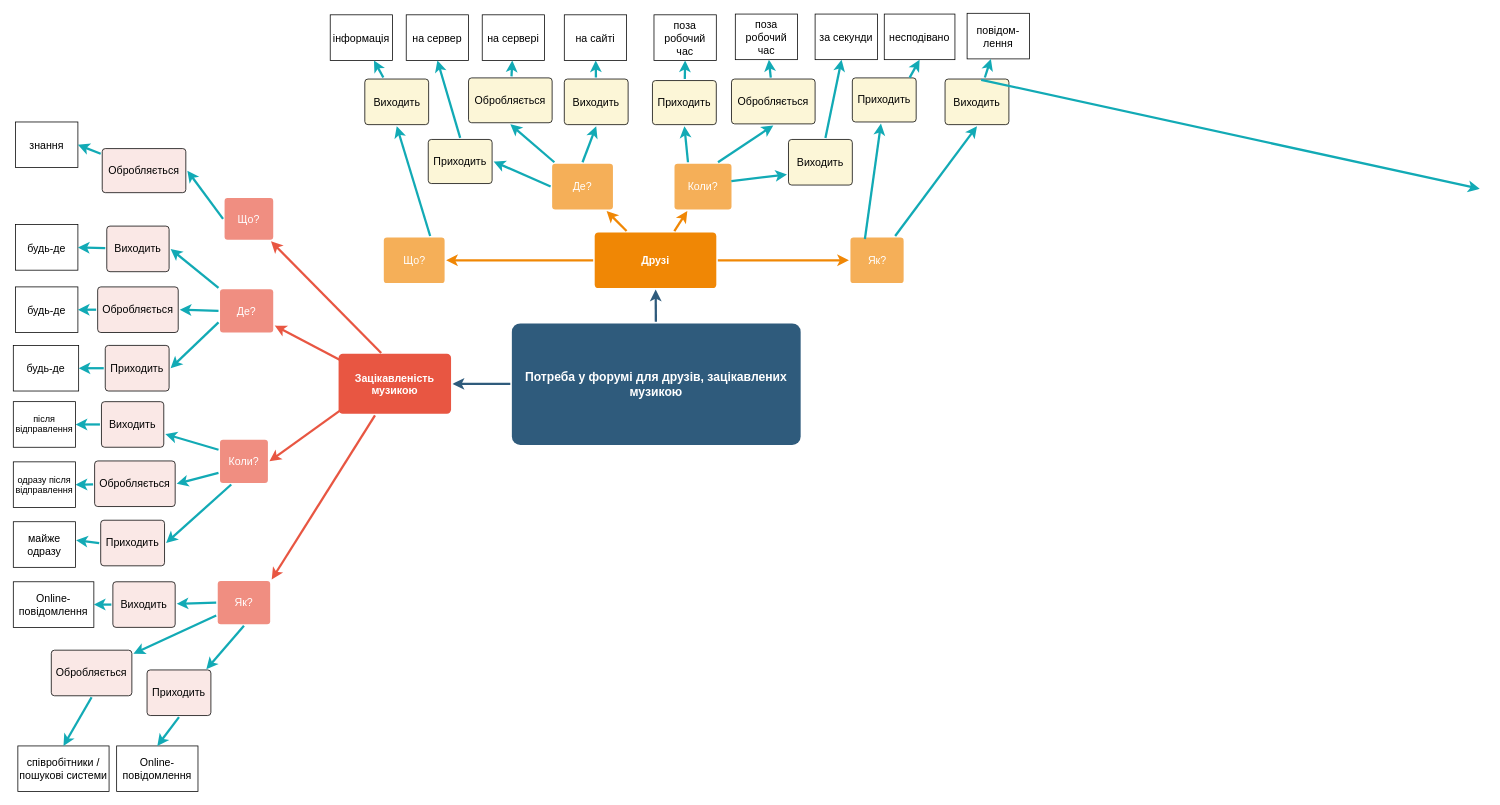
Earlier version of the draw.io diagram 1-SoftwareRequirements/1.1-DetermingConsumerNeeds/1.1.2-MaterialNeedsDetails/MindMap.drawio (oleksandrblazhko/ai203-kurgan). Source tidied: cells renumbered, new cells numbered last; positions are measured from the earlier drawing's top-left corner, leaving out a move shared by most shapes. Both pictures are drawn from the tidied source at 76%, with x=0, y=0 at pixel (13, 13).
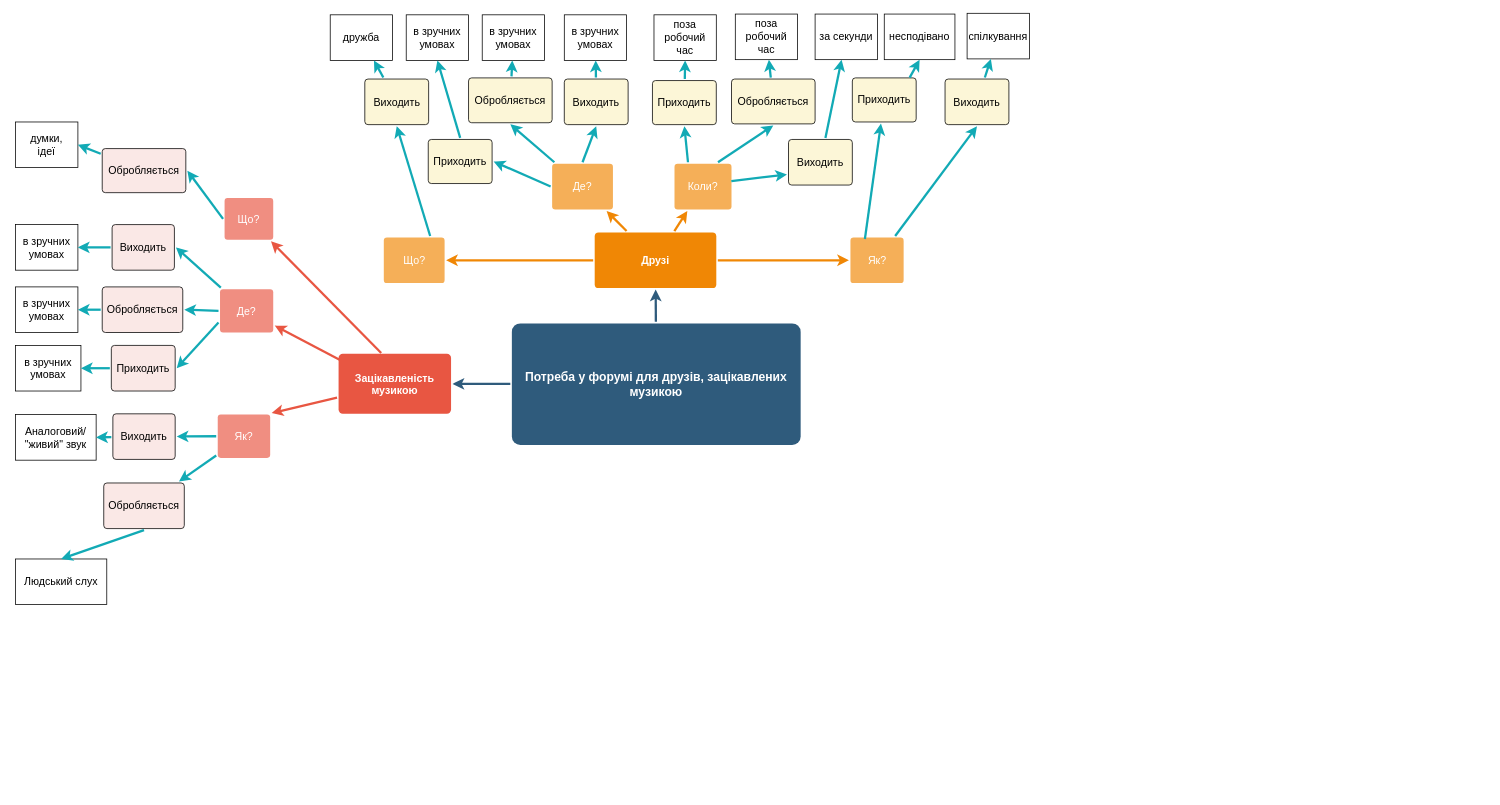
The same page after the edit.

The change refers to these unchanged cells:
```xml
<mxCell id="5" value="Зацікавленість музикою" style="rounded=1;whiteSpace=wrap;html=1;shadow=0;labelBackgroundColor=none;strokeColor=none;strokeWidth=3;fillColor=#e85642;fontFamily=Helvetica;fontSize=14;fontColor=#FFFFFF;align=center;spacing=5;fontStyle=1;arcSize=7;perimeterSpacing=2;" parent="1" vertex="1">
  <mxGeometry x="428" y="448" width="148" height="79" as="geometry" />
</mxCell>
```

The edit, as a diff of the source:
```diff
@@
-    <mxCell id="19" style="edgeStyle=none;rounded=1;jumpStyle=none;html=1;shadow=0;labelBackgroundColor=none;startArrow=none;startFill=0;jettySize=auto;strokeColor=#E85642;strokeWidth=3;fontFamily=Helvetica;fontSize=14;fontColor=#FFFFFF;spacing=5;fontStyle=1;fillColor=#b0e3e6;entryX=1;entryY=0.5;entryDx=0;entryDy=0;exitX=0.04;exitY=0.906;exitDx=0;exitDy=0;exitPerimeter=0;" parent="1" edge="1" source="5" target="20">
-      <mxGeometry relative="1" as="geometry" />
-    </mxCell>
-    <mxCell id="20" value="Коли?" style="rounded=1;whiteSpace=wrap;html=1;shadow=0;labelBackgroundColor=none;strokeColor=none;strokeWidth=3;fillColor=#f08e81;fontFamily=Helvetica;fontSize=14;fontColor=#FFFFFF;align=center;spacing=5;fontStyle=0;arcSize=7;perimeterSpacing=2;" parent="1" vertex="1">
-      <mxGeometry x="272" y="561" width="63" height="57" as="geometry" />
-    </mxCell>
@@
     <mxCell id="22" value="Як?" style="rounded=1;whiteSpace=wrap;html=1;shadow=0;labelBackgroundColor=none;strokeColor=none;strokeWidth=3;fillColor=#f08e81;fontFamily=Helvetica;fontSize=14;fontColor=#FFFFFF;align=center;spacing=5;fontStyle=0;arcSize=7;perimeterSpacing=2;" parent="1" vertex="1">
-      <mxGeometry x="269" y="747" width="69" height="57" as="geometry" />
+      <mxGeometry x="269" y="528" width="69" height="57" as="geometry" />
     </mxCell>
     <mxCell id="23" value="Виходить" style="rounded=1;whiteSpace=wrap;html=1;shadow=0;fillColor=#fae8e6;fontFamily=Helvetica;fontSize=14;fontColor=#000000;align=center;spacing=5;fontStyle=0;arcSize=7;perimeterSpacing=2;direction=south;" parent="1" vertex="1">
-      <mxGeometry x="123" y="280" width="82" height="60" as="geometry" />
+      <mxGeometry x="130" y="278" width="82" height="60" as="geometry" />
     </mxCell>
     <mxCell id="24" value="Приходить" style="rounded=1;whiteSpace=wrap;html=1;shadow=0;fillColor=#fae8e6;fontFamily=Helvetica;fontSize=14;fontColor=#000000;align=center;spacing=5;fontStyle=0;arcSize=7;perimeterSpacing=2;direction=south;" parent="1" vertex="1">
-      <mxGeometry x="121" y="437" width="84" height="60" as="geometry" />
+      <mxGeometry x="129" y="437" width="84" height="60" as="geometry" />
     </mxCell>
-    <mxCell id="25" value="будь-де" style="fontFamily=Helvetica;fontSize=14;" parent="1" vertex="1">
+    <mxCell id="25" value="в зручних&#10;умовах" style="fontFamily=Helvetica;fontSize=14;whiteSpace=wrap;" parent="1" vertex="1">
       <mxGeometry x="3" y="278" width="82" height="60" as="geometry" />
     </mxCell>
@@
-    <mxCell id="27" value="будь-де" style="fontFamily=Helvetica;fontSize=14;" parent="1" vertex="1">
+    <mxCell id="27" value="в зручних&#10;умовах" style="fontFamily=Helvetica;fontSize=14;whiteSpace=wrap;" parent="1" vertex="1">
       <mxGeometry x="3" y="360" width="82" height="60" as="geometry" />
     </mxCell>
-    <mxCell id="28" value="будь-де" style="fontFamily=Helvetica;fontSize=14;" parent="1" vertex="1">
-      <mxGeometry y="437" width="86" height="60" as="geometry" />
+    <mxCell id="28" value="в зручних&#10;умовах" style="fontFamily=Helvetica;fontSize=14;whiteSpace=wrap;" parent="1" vertex="1">
+      <mxGeometry x="3" y="437" width="86" height="60" as="geometry" />
     </mxCell>
@@
-    <mxCell id="31" value="Виходить" style="rounded=1;whiteSpace=wrap;html=1;shadow=0;fillColor=#fae8e6;fontFamily=Helvetica;fontSize=14;fontColor=#000000;align=center;spacing=5;fontStyle=0;arcSize=7;perimeterSpacing=2;direction=south;" parent="1" vertex="1">
-      <mxGeometry x="116" y="511" width="82" height="60" as="geometry" />
-    </mxCell>
-    <mxCell id="32" value="Приходить" style="rounded=1;whiteSpace=wrap;html=1;shadow=0;fillColor=#fae8e6;fontFamily=Helvetica;fontSize=14;fontColor=#000000;align=center;spacing=5;fontStyle=0;arcSize=7;perimeterSpacing=2;direction=south;" parent="1" vertex="1">
-      <mxGeometry x="115" y="667" width="84" height="60" as="geometry" />
-    </mxCell>
-    <mxCell id="33" value="після&#10;відправлення&#10;" style="fontFamily=Helvetica;fontSize=12;verticalAlign=bottom;" parent="1" vertex="1">
-      <mxGeometry y="511" width="82" height="60" as="geometry" />
-    </mxCell>
-    <mxCell id="34" style="edgeStyle=none;rounded=1;jumpStyle=none;html=1;shadow=0;labelBackgroundColor=none;startArrow=none;startFill=0;jettySize=auto;strokeColor=#12AAB5;strokeWidth=3;fontFamily=Helvetica;fontSize=14;fontColor=#FFFFFF;spacing=5;fontStyle=1;fillColor=#b0e3e6;entryX=1;entryY=0.5;entryDx=0;entryDy=0;" parent="1" edge="1" source="31" target="33">
-      <mxGeometry relative="1" as="geometry" />
-    </mxCell>
-    <mxCell id="35" value="одразу після&#10;відправлення" style="fontFamily=Helvetica;fontSize=12;spacing=0;" parent="1" vertex="1">
-      <mxGeometry y="590.2" width="82" height="60" as="geometry" />
-    </mxCell>
-    <mxCell id="36" value="майже&#10;одразу" style="fontFamily=Helvetica;fontSize=14;" parent="1" vertex="1">
-      <mxGeometry y="669" width="82" height="60" as="geometry" />
-    </mxCell>
-    <mxCell id="37" style="edgeStyle=none;rounded=1;jumpStyle=none;html=1;shadow=0;labelBackgroundColor=none;startArrow=none;startFill=0;jettySize=auto;strokeColor=#12AAB5;strokeWidth=3;fontFamily=Helvetica;fontSize=14;fontColor=#FFFFFF;spacing=5;fontStyle=1;fillColor=#b0e3e6;entryX=1.008;entryY=0.406;entryDx=0;entryDy=0;entryPerimeter=0;exitX=0.5;exitY=1;exitDx=0;exitDy=0;" parent="1" edge="1" source="32" target="36">
-      <mxGeometry relative="1" as="geometry" />
-    </mxCell>
-    <mxCell id="38" style="edgeStyle=none;rounded=1;jumpStyle=none;html=1;shadow=0;labelBackgroundColor=none;startArrow=none;startFill=0;jettySize=auto;strokeColor=#12AAB5;strokeWidth=3;fontFamily=Helvetica;fontSize=14;fontColor=#FFFFFF;spacing=5;fontStyle=1;fillColor=#b0e3e6;entryX=1;entryY=0.5;entryDx=0;entryDy=0;" parent="1" edge="1" source="40" target="35">
-      <mxGeometry relative="1" as="geometry" />
-    </mxCell>
     <mxCell id="39" value="Обробляється" style="rounded=1;whiteSpace=wrap;html=1;shadow=0;fillColor=#fae8e6;fontFamily=Helvetica;fontSize=14;fontColor=#000000;align=center;spacing=5;fontStyle=0;arcSize=7;perimeterSpacing=2;direction=south;" parent="1" vertex="1">
-      <mxGeometry x="111" y="360" width="106" height="60" as="geometry" />
+      <mxGeometry x="117" y="360" width="106" height="60" as="geometry" />
     </mxCell>
-    <mxCell id="40" value="Обробляється" style="rounded=1;whiteSpace=wrap;html=1;shadow=0;fillColor=#fae8e6;fontFamily=Helvetica;fontSize=14;fontColor=#000000;align=center;spacing=5;fontStyle=0;arcSize=7;perimeterSpacing=2;direction=south;" parent="1" vertex="1">
-      <mxGeometry x="107" y="589" width="106" height="60" as="geometry" />
-    </mxCell>
@@
-    <mxCell id="43" value="знання" style="fontFamily=Helvetica;fontSize=14;" parent="1" vertex="1">
+    <mxCell id="43" value="думки,&#10;ідеї" style="fontFamily=Helvetica;fontSize=14;whiteSpace=wrap;" parent="1" vertex="1">
       <mxGeometry x="3" y="143" width="82" height="60" as="geometry" />
     </mxCell>
@@
-    <mxCell id="48" style="edgeStyle=none;rounded=1;jumpStyle=none;html=1;shadow=0;labelBackgroundColor=none;startArrow=none;startFill=0;jettySize=auto;strokeColor=#12AAB5;strokeWidth=3;fontFamily=Helvetica;fontSize=14;fontColor=#FFFFFF;spacing=5;fontStyle=1;fillColor=#b0e3e6;exitX=0;exitY=0.25;exitDx=0;exitDy=0;" parent="1" edge="1" source="20" target="31">
-      <mxGeometry relative="1" as="geometry" />
-    </mxCell>
-    <mxCell id="49" style="edgeStyle=none;rounded=1;jumpStyle=none;html=1;shadow=0;labelBackgroundColor=none;startArrow=none;startFill=0;jettySize=auto;strokeColor=#12AAB5;strokeWidth=3;fontFamily=Helvetica;fontSize=14;fontColor=#FFFFFF;spacing=5;fontStyle=1;fillColor=#b0e3e6;entryX=0.5;entryY=0;entryDx=0;entryDy=0;exitX=0;exitY=0.75;exitDx=0;exitDy=0;" parent="1" edge="1" source="20" target="40">
-      <mxGeometry relative="1" as="geometry" />
-    </mxCell>
-    <mxCell id="50" style="edgeStyle=none;rounded=1;jumpStyle=none;html=1;shadow=0;labelBackgroundColor=none;startArrow=none;startFill=0;jettySize=auto;strokeColor=#12AAB5;strokeWidth=3;fontFamily=Helvetica;fontSize=14;fontColor=#FFFFFF;spacing=5;fontStyle=1;fillColor=#b0e3e6;entryX=0.5;entryY=0;entryDx=0;entryDy=0;exitX=0.25;exitY=1;exitDx=0;exitDy=0;" parent="1" edge="1" source="20" target="32">
-      <mxGeometry relative="1" as="geometry" />
-    </mxCell>
     <mxCell id="51" value="Виходить" style="rounded=1;whiteSpace=wrap;html=1;shadow=0;fillColor=#fae8e6;fontFamily=Helvetica;fontSize=14;fontColor=#000000;align=center;spacing=5;fontStyle=0;arcSize=7;perimeterSpacing=2;direction=south;" parent="1" vertex="1">
-      <mxGeometry x="131" y="748" width="82" height="60" as="geometry" />
+      <mxGeometry x="131" y="527" width="82" height="60" as="geometry" />
     </mxCell>
-    <mxCell id="52" value="Приходить" style="rounded=1;whiteSpace=wrap;html=1;shadow=0;fillColor=#fae8e6;fontFamily=Helvetica;fontSize=14;fontColor=#000000;align=center;spacing=5;fontStyle=0;arcSize=7;perimeterSpacing=2;direction=south;" parent="1" vertex="1">
-      <mxGeometry x="176" y="864" width="84" height="60" as="geometry" />
-    </mxCell>
-    <mxCell id="53" value="Online-&#10;повідомлення" style="fontFamily=Helvetica;fontSize=14;" parent="1" vertex="1">
-      <mxGeometry y="748" width="106" height="60" as="geometry" />
+    <mxCell id="53" value="Аналоговий/&#10;&quot;живий&quot; звук" style="fontFamily=Helvetica;fontSize=14;whiteSpace=wrap;" parent="1" vertex="1">
+      <mxGeometry x="3" y="528" width="106" height="60" as="geometry" />
     </mxCell>
@@
-    <mxCell id="55" value="співробітники / &#10;пошукові системи" style="fontFamily=Helvetica;fontSize=14;" parent="1" vertex="1">
-      <mxGeometry x="6" y="964" width="120" height="60" as="geometry" />
+    <mxCell id="55" value="Людський слух" style="fontFamily=Helvetica;fontSize=14;whiteSpace=wrap;" parent="1" vertex="1">
+      <mxGeometry x="3" y="718" width="120" height="60" as="geometry" />
     </mxCell>
-    <mxCell id="56" value="Online-&#10;повідомлення" style="fontFamily=Helvetica;fontSize=14;" parent="1" vertex="1">
-      <mxGeometry x="136" y="964" width="107" height="60" as="geometry" />
-    </mxCell>
-    <mxCell id="57" style="edgeStyle=none;rounded=1;jumpStyle=none;html=1;shadow=0;labelBackgroundColor=none;startArrow=none;startFill=0;jettySize=auto;strokeColor=#12AAB5;strokeWidth=3;fontFamily=Helvetica;fontSize=14;fontColor=#FFFFFF;spacing=5;fontStyle=1;fillColor=#b0e3e6;entryX=0.5;entryY=0;entryDx=0;entryDy=0;exitX=1;exitY=0.5;exitDx=0;exitDy=0;" parent="1" edge="1" source="52" target="56">
-      <mxGeometry relative="1" as="geometry" />
-    </mxCell>
@@
     <mxCell id="59" value="Обробляється" style="rounded=1;whiteSpace=wrap;html=1;shadow=0;fillColor=#fae8e6;fontFamily=Helvetica;fontSize=14;fontColor=#000000;align=center;spacing=5;fontStyle=0;arcSize=7;perimeterSpacing=2;direction=south;" parent="1" vertex="1">
-      <mxGeometry x="50" y="838" width="106" height="60" as="geometry" />
+      <mxGeometry x="119" y="618" width="106" height="60" as="geometry" />
     </mxCell>
@@
-    <mxCell id="62" style="edgeStyle=none;rounded=1;jumpStyle=none;html=1;shadow=0;labelBackgroundColor=none;startArrow=none;startFill=0;jettySize=auto;strokeColor=#12AAB5;strokeWidth=3;fontFamily=Helvetica;fontSize=14;fontColor=#FFFFFF;spacing=5;fontStyle=1;fillColor=#b0e3e6;exitX=0.5;exitY=1;exitDx=0;exitDy=0;entryX=0.016;entryY=0.091;entryDx=0;entryDy=0;entryPerimeter=0;" parent="1" edge="1" source="22" target="52">
-      <mxGeometry relative="1" as="geometry" />
-    </mxCell>
@@
-    <mxCell id="64" value="інформація" style="fontFamily=Helvetica;fontSize=14;" parent="1" vertex="1">
+    <mxCell id="64" value="дружба" style="fontFamily=Helvetica;fontSize=14;whiteSpace=wrap;" parent="1" vertex="1">
       <mxGeometry x="417" y="2" width="82" height="60" as="geometry" />
     </mxCell>
@@
-    <mxCell id="72" value="на сервер" style="fontFamily=Helvetica;fontSize=14;" parent="1" vertex="1">
+    <mxCell id="72" value="в зручних&#10;умовах" style="fontFamily=Helvetica;fontSize=14;whiteSpace=wrap;" parent="1" vertex="1">
       <mxGeometry x="517" y="2" width="82" height="60" as="geometry" />
     </mxCell>
@@
-    <mxCell id="74" value="на сервері" style="fontFamily=Helvetica;fontSize=14;" parent="1" vertex="1">
+    <mxCell id="74" value="в зручних&#10;умовах" style="fontFamily=Helvetica;fontSize=14;whiteSpace=wrap;" parent="1" vertex="1">
       <mxGeometry x="617" y="2" width="82" height="60" as="geometry" />
     </mxCell>
-    <mxCell id="75" value="на сайті" style="fontFamily=Helvetica;fontSize=14;" parent="1" vertex="1">
+    <mxCell id="75" value="в зручних&#10;умовах" style="fontFamily=Helvetica;fontSize=14;whiteSpace=wrap;" parent="1" vertex="1">
       <mxGeometry x="725" y="2" width="82" height="60" as="geometry" />
     </mxCell>
@@
-    <mxCell id="84" value="поза&#10;робочий &#10;час" style="fontFamily=Helvetica;fontSize=14;" parent="1" vertex="1">
+    <mxCell id="84" value="поза&#10;робочий &#10;час" style="fontFamily=Helvetica;fontSize=14;whiteSpace=wrap;" parent="1" vertex="1">
       <mxGeometry x="843" y="2" width="82" height="60" as="geometry" />
     </mxCell>
@@
-    <mxCell id="86" value="поза&#10;робочий&#10;час" style="fontFamily=Helvetica;fontSize=14;" parent="1" vertex="1">
+    <mxCell id="86" value="поза&#10;робочий&#10;час" style="fontFamily=Helvetica;fontSize=14;whiteSpace=wrap;" parent="1" vertex="1">
       <mxGeometry x="950" y="1" width="82" height="60" as="geometry" />
     </mxCell>
-    <mxCell id="87" value="за секунди" style="fontFamily=Helvetica;fontSize=14;" parent="1" vertex="1">
+    <mxCell id="87" value="за секунди" style="fontFamily=Helvetica;fontSize=14;whiteSpace=wrap;" parent="1" vertex="1">
       <mxGeometry x="1055" y="1" width="82" height="60" as="geometry" />
     </mxCell>
@@
-    <mxCell id="93" value="несподівано" style="fontFamily=Helvetica;fontSize=14;" parent="1" vertex="1">
+    <mxCell id="93" value="несподівано" style="fontFamily=Helvetica;fontSize=14;whiteSpace=wrap;" parent="1" vertex="1">
       <mxGeometry x="1146" y="1" width="93" height="60" as="geometry" />
     </mxCell>
@@
-    <mxCell id="95" value="повідом-&#10;лення" style="fontFamily=Helvetica;fontSize=14;verticalAlign=middle;" parent="1" vertex="1">
+    <mxCell id="95" value="спілкування" style="fontFamily=Helvetica;fontSize=14;verticalAlign=middle;whiteSpace=wrap;" parent="1" vertex="1">
       <mxGeometry x="1255" width="82" height="60" as="geometry" />
     </mxCell>
@@
-    <mxCell id="97" style="edgeStyle=none;rounded=1;jumpStyle=none;html=1;shadow=0;labelBackgroundColor=none;startArrow=none;startFill=0;jettySize=auto;orthogonalLoop=1;strokeColor=#12AAB5;strokeWidth=3;fontFamily=Helvetica;fontSize=14;fontColor=#FFFFFF;spacing=5;fontStyle=1;fillColor=#b0e3e6;" parent="1" edge="1">
-      <mxGeometry relative="1" as="geometry">
-        <mxPoint x="1273.5" y="87.5" as="sourcePoint" />
-        <mxPoint x="1929.5" y="231" as="targetPoint" />
-      </mxGeometry>
-    </mxCell>
```
